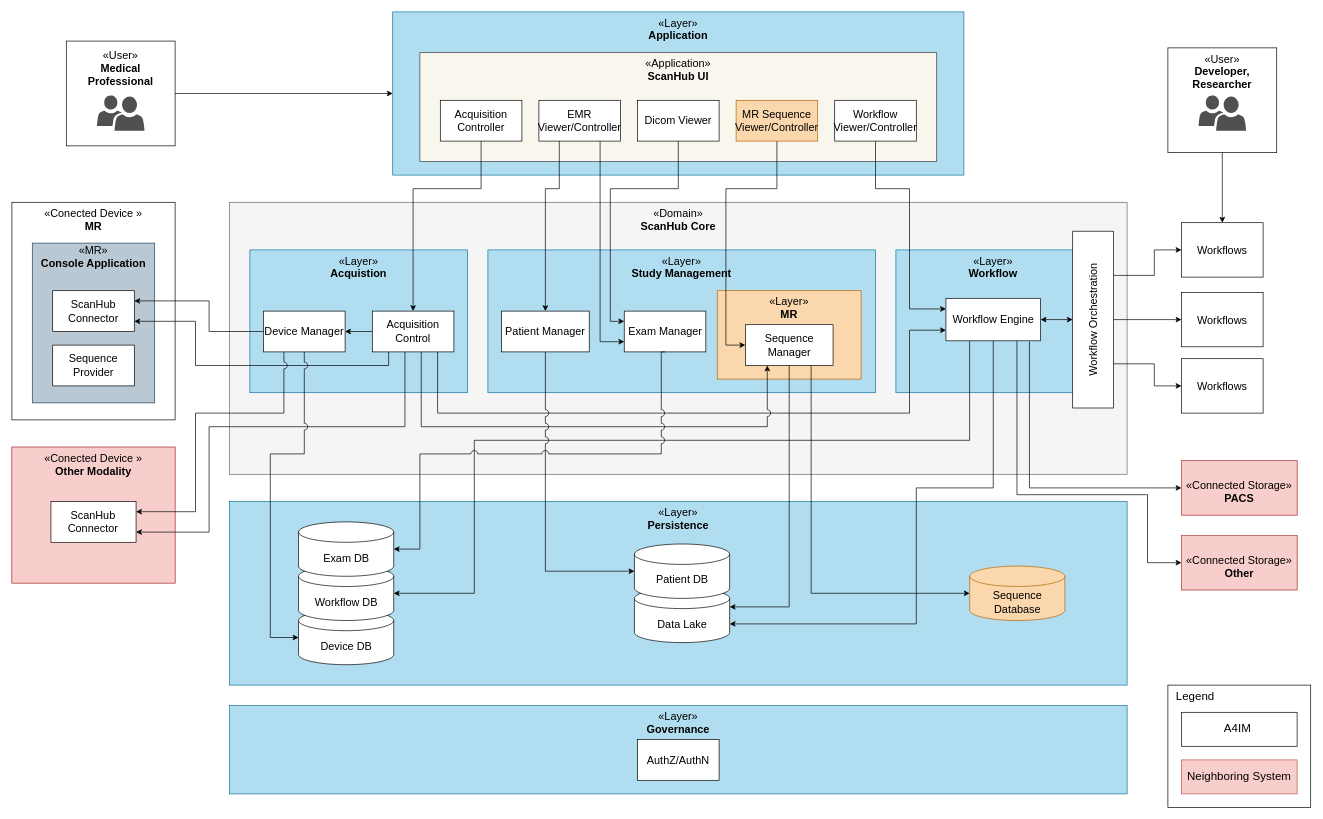
This is page "System View" (1 of 2) of docs/source/_static/images/swad/ScanHub_Development View.drawio from brain-link/scanhub, a draw.io file, before an edit. Source tidied: cells renumbered, new cells numbered last; positions are measured from the earlier drawing's top-left corner, leaving out a move shared by most shapes. Both pictures are drawn from the tidied source at 68%, with x=0, y=0 at pixel (12, 12).
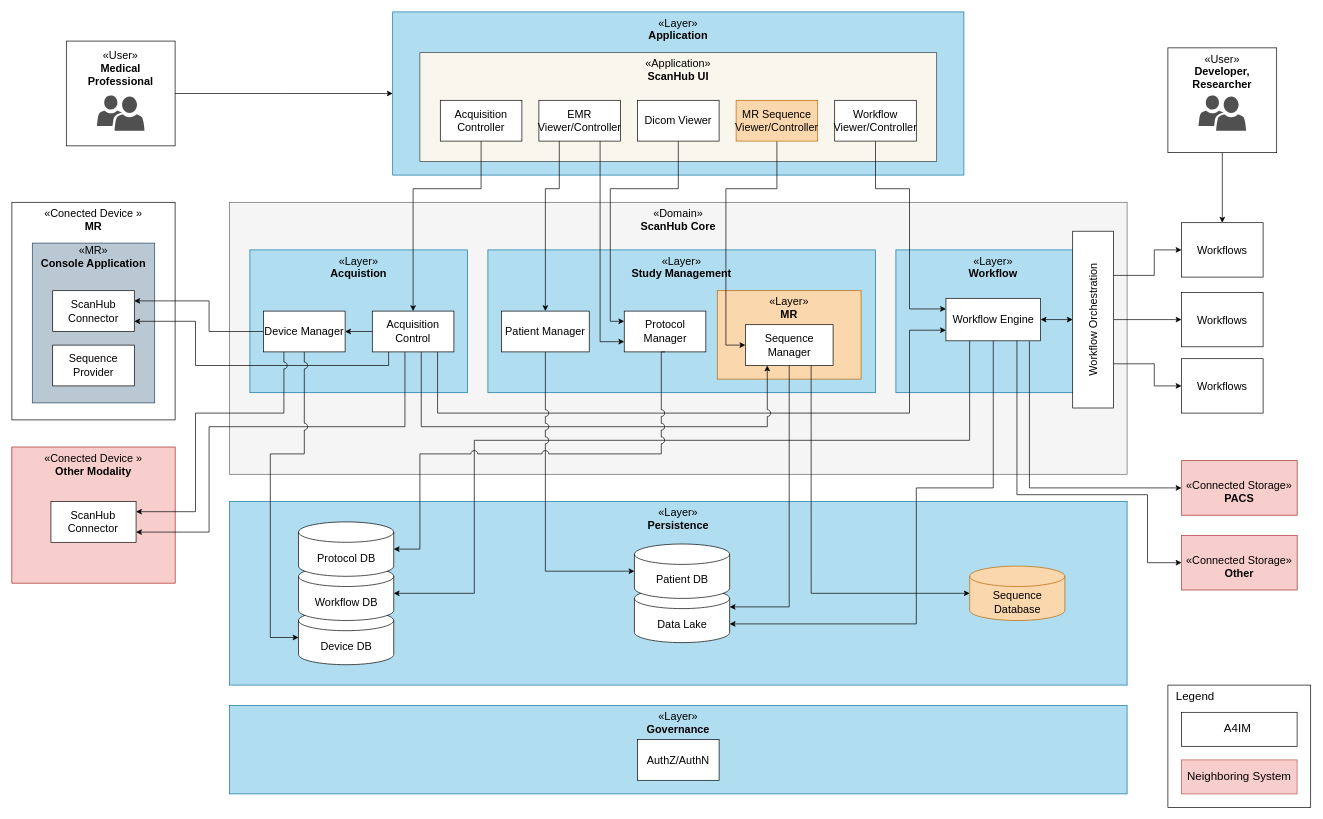
The same diagram, later.

Unchanged cells that the change refers to:
```xml
<mxCell id="76" style="group;rounded=0;fontSize=16;" parent="74" vertex="1">
  <mxGeometry width="140" height="210" as="geometry" />
</mxCell>
```

The edit, as a diff of the source:
```diff
@@
-    <mxCell id="30" value="Exam Manager" style="rounded=0;whiteSpace=wrap;html=1;fontSize=16;" parent="1" vertex="1">
+    <mxCell id="30" value="Protocol Manager" style="rounded=0;whiteSpace=wrap;html=1;fontSize=16;" parent="1" vertex="1">
       <mxGeometry x="900.5" y="440" width="120" height="60" as="geometry" />
     </mxCell>
@@
-    <mxCell id="79" value="Exam DB" style="shape=cylinder3;whiteSpace=wrap;html=1;boundedLbl=1;backgroundOutline=1;size=15;rounded=0;fontSize=16;" parent="76" vertex="1">
+    <mxCell id="79" value="Protocol DB" style="shape=cylinder3;whiteSpace=wrap;html=1;boundedLbl=1;backgroundOutline=1;size=15;rounded=0;fontSize=16;" parent="76" vertex="1">
       <mxGeometry width="140" height="80" as="geometry" />
     </mxCell>
```
